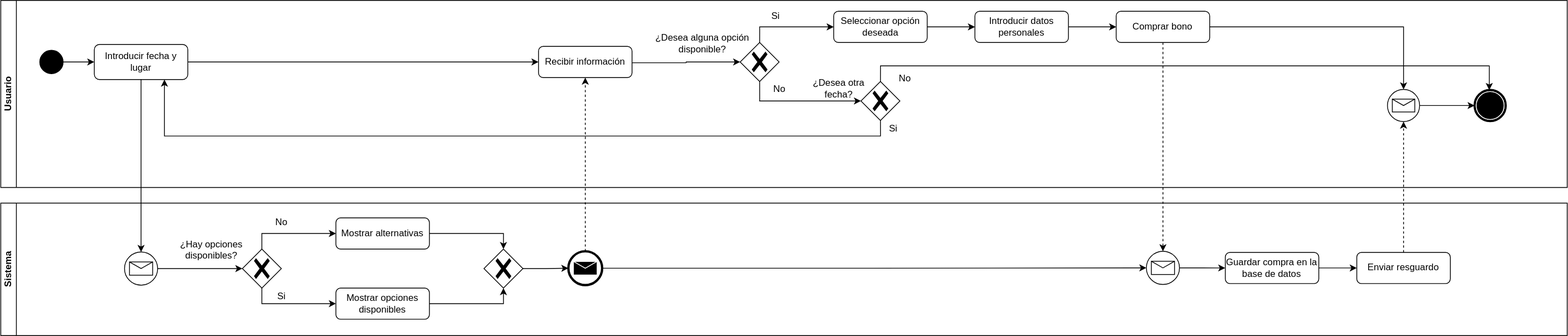
Above: Proyecto/BPMN-02.svg in ags000/INRE-UAL-TURQUESA-2022 (draw.io), before the change. Source tidied: cells renumbered, new cells last; positions are measured from the earlier drawing's top-left corner, leaving out a move shared by most shapes.
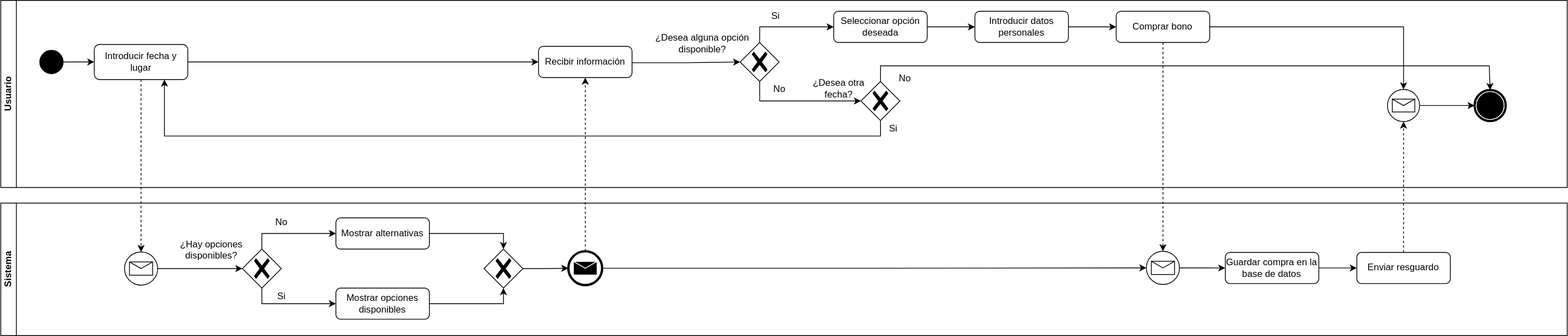
Above is the later version.

Commit message:
Arreglo error BPMN-02

The edit, as a diff of the source:
```diff
@@ -161,7 +161,7 @@
     <mxCell id="51" value="Enviar resguardo" style="rounded=1;whiteSpace=wrap;html=1;" parent="30" vertex="1">
       <mxGeometry x="1740" y="63.2" width="120" height="40" as="geometry" />
     </mxCell>
-    <mxCell id="52" style="edgeStyle=orthogonalEdgeStyle;rounded=0;jettySize=auto;html=1;exitX=0.5;exitY=1;exitDx=0;exitDy=0;" parent="1" edge="1" source="5" target="32">
+    <mxCell id="52" style="edgeStyle=orthogonalEdgeStyle;rounded=0;jettySize=auto;html=1;exitX=0.5;exitY=1;exitDx=0;exitDy=0;dashed=1;" parent="1" edge="1" source="5" target="32">
       <mxGeometry relative="1" as="geometry" />
     </mxCell>
     <mxCell id="53" style="edgeStyle=orthogonalEdgeStyle;rounded=0;jettySize=auto;html=1;exitX=0.5;exitY=0;exitDx=0;exitDy=0;exitPerimeter=0;entryX=0.5;entryY=1;entryDx=0;entryDy=0;dashed=1;" parent="1" edge="1" source="46" target="7">
```
